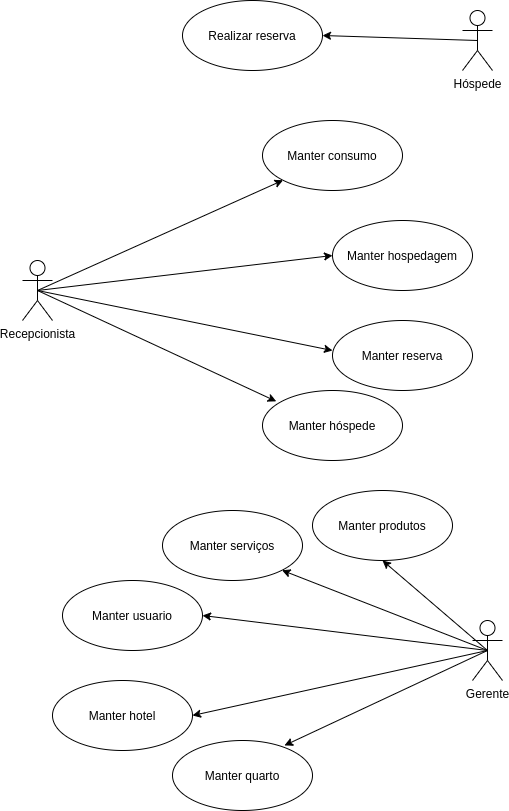
henriqueyun/Hotel keeps this draw.io diagram as docs/diagrams/Sistema de Hotelaria - Caso de Uso.png. Above is the earlier version. Source tidied: cells renumbered, new cells last; positions are measured from the earlier drawing's top-left corner, leaving out a move shared by most shapes.
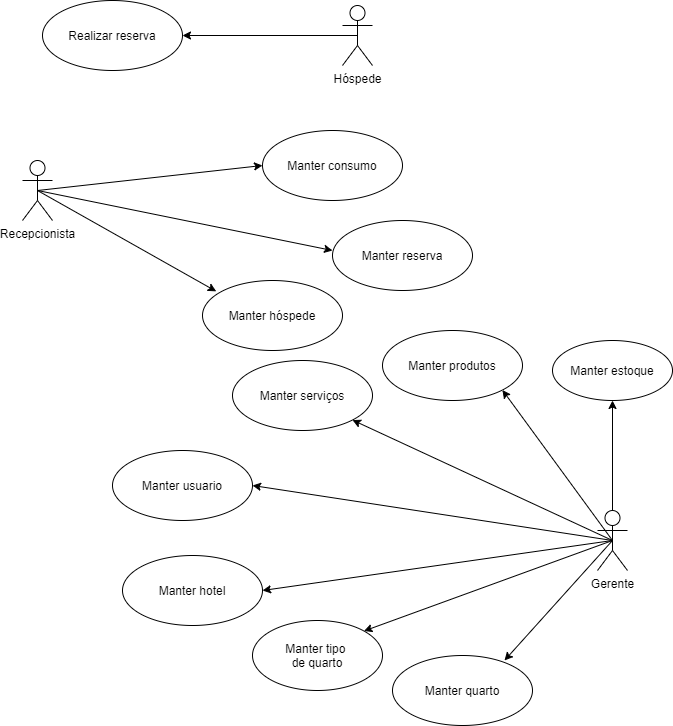
After the change.

Commit message:
Atualizado Caso de uso junto ao grupo =]

What changed in the source:
```diff
@@ -5,40 +5,34 @@
     <mxCell id="2" value="Recepcionista" style="shape=umlActor;verticalLabelPosition=bottom;labelBackgroundColor=#ffffff;verticalAlign=top;html=1;outlineConnect=0;" parent="1" vertex="1">
       <mxGeometry y="260" width="30" height="60" as="geometry" />
     </mxCell>
-    <mxCell id="3" value="Manter hospedagem" style="ellipse;whiteSpace=wrap;html=1;fillColor=none;" parent="1" vertex="1">
-      <mxGeometry x="310" y="220" width="140" height="70" as="geometry" />
-    </mxCell>
     <mxCell id="4" value="Manter reserva" style="ellipse;whiteSpace=wrap;html=1;fillColor=none;" parent="1" vertex="1">
       <mxGeometry x="310" y="320" width="140" height="70" as="geometry" />
     </mxCell>
     <mxCell id="5" value="Manter hóspede" style="ellipse;whiteSpace=wrap;html=1;fillColor=none;" parent="1" vertex="1">
-      <mxGeometry x="240" y="390" width="140" height="70" as="geometry" />
+      <mxGeometry x="180" y="380" width="140" height="70" as="geometry" />
     </mxCell>
-    <mxCell id="6" style="endArrow=classic;html=1;entryX=0;entryY=0.5;entryDx=0;entryDy=0;exitX=0.5;exitY=0.5;exitDx=0;exitDy=0;exitPerimeter=0;" parent="1" edge="1" source="2" target="3">
-      <mxGeometry relative="1" as="geometry" />
-    </mxCell>
     <mxCell id="7" style="endArrow=classic;html=1;entryX=0;entryY=0.429;entryDx=0;entryDy=0;entryPerimeter=0;exitX=0.5;exitY=0.5;exitDx=0;exitDy=0;exitPerimeter=0;" parent="1" edge="1" source="2" target="4">
       <mxGeometry relative="1" as="geometry" />
     </mxCell>
     <mxCell id="8" style="endArrow=classic;html=1;entryX=0.098;entryY=0.155;entryDx=0;entryDy=0;exitX=0.5;exitY=0.5;exitDx=0;exitDy=0;exitPerimeter=0;entryPerimeter=0;" parent="1" edge="1" source="2" target="5">
       <mxGeometry relative="1" as="geometry" />
     </mxCell>
-    <mxCell id="9" value="Gerente" style="shape=umlActor;verticalLabelPosition=bottom;labelBackgroundColor=#ffffff;verticalAlign=top;html=1;outlineConnect=0;" parent="1" vertex="1">
-      <mxGeometry x="450" y="620" width="30" height="60" as="geometry" />
+    <mxCell id="9" value="Gerente" style="shape=umlActor;verticalLabelPosition=bottom;labelBackgroundColor=#ffffff;verticalAlign=top;html=1;outlineConnect=0;direction=east;" parent="1" vertex="1">
+      <mxGeometry x="575" y="610" width="30" height="60" as="geometry" />
     </mxCell>
     <mxCell id="10" value="Manter serviços" style="ellipse;whiteSpace=wrap;html=1;fillColor=none;" parent="1" vertex="1">
-      <mxGeometry x="140" y="510" width="140" height="70" as="geometry" />
+      <mxGeometry x="210" y="460" width="140" height="70" as="geometry" />
     </mxCell>
     <mxCell id="11" value="Manter usuario" style="ellipse;whiteSpace=wrap;html=1;fillColor=none;" parent="1" vertex="1">
-      <mxGeometry x="40" y="580" width="140" height="70" as="geometry" />
+      <mxGeometry x="90" y="550" width="140" height="70" as="geometry" />
     </mxCell>
     <mxCell id="12" value="Manter hotel" style="ellipse;whiteSpace=wrap;html=1;fillColor=none;" parent="1" vertex="1">
-      <mxGeometry x="30" y="680" width="140" height="70" as="geometry" />
+      <mxGeometry x="100" y="655" width="140" height="70" as="geometry" />
     </mxCell>
     <mxCell id="13" value="Manter quarto" style="ellipse;whiteSpace=wrap;html=1;fillColor=none;" parent="1" vertex="1">
-      <mxGeometry x="150" y="740" width="140" height="70" as="geometry" />
+      <mxGeometry x="370" y="755" width="140" height="70" as="geometry" />
     </mxCell>
-    <mxCell id="14" style="endArrow=classic;html=1;entryX=0.5;entryY=1;entryDx=0;entryDy=0;exitX=0.5;exitY=0.5;exitDx=0;exitDy=0;exitPerimeter=0;" parent="1" edge="1" source="9" target="18">
+    <mxCell id="14" style="endArrow=classic;html=1;entryX=1;entryY=1;entryDx=0;entryDy=0;exitX=0.5;exitY=0.5;exitDx=0;exitDy=0;exitPerimeter=0;" parent="1" edge="1" source="9" target="18">
       <mxGeometry relative="1" as="geometry" />
     </mxCell>
     <mxCell id="15" style="endArrow=classic;html=1;entryX=1;entryY=1;entryDx=0;entryDy=0;exitX=0.5;exitY=0.5;exitDx=0;exitDy=0;exitPerimeter=0;" parent="1" edge="1" source="9" target="10">
@@ -51,25 +45,39 @@
       <mxGeometry relative="1" as="geometry" />
     </mxCell>
     <mxCell id="18" value="Manter produtos" style="ellipse;whiteSpace=wrap;html=1;fillColor=none;" parent="1" vertex="1">
-      <mxGeometry x="290" y="490" width="140" height="70" as="geometry" />
+      <mxGeometry x="360" y="430" width="140" height="70" as="geometry" />
     </mxCell>
-    <mxCell id="19" style="endArrow=classic;html=1;entryX=0;entryY=1;entryDx=0;entryDy=0;exitX=0.5;exitY=0.5;exitDx=0;exitDy=0;exitPerimeter=0;" parent="1" edge="1" source="2" target="21">
+    <mxCell id="19" style="endArrow=classic;html=1;entryX=0;entryY=0.5;entryDx=0;entryDy=0;exitX=0.5;exitY=0.5;exitDx=0;exitDy=0;exitPerimeter=0;" parent="1" edge="1" source="2" target="21">
       <mxGeometry relative="1" as="geometry" />
     </mxCell>
     <mxCell id="20" style="endArrow=classic;html=1;entryX=1;entryY=0.5;entryDx=0;entryDy=0;exitX=0.5;exitY=0.5;exitDx=0;exitDy=0;exitPerimeter=0;" parent="1" edge="1" source="9" target="11">
       <mxGeometry relative="1" as="geometry" />
     </mxCell>
     <mxCell id="21" value="Manter consumo" style="ellipse;whiteSpace=wrap;html=1;fillColor=none;" parent="1" vertex="1">
-      <mxGeometry x="240" y="120" width="140" height="70" as="geometry" />
+      <mxGeometry x="240" y="230" width="140" height="70" as="geometry" />
     </mxCell>
     <mxCell id="22" value="Hóspede" style="shape=umlActor;verticalLabelPosition=bottom;labelBackgroundColor=#ffffff;verticalAlign=top;html=1;outlineConnect=0;" parent="1" vertex="1">
-      <mxGeometry x="440" y="10" width="30" height="60" as="geometry" />
+      <mxGeometry x="320" y="105" width="30" height="60" as="geometry" />
     </mxCell>
     <mxCell id="23" value="Realizar reserva" style="ellipse;whiteSpace=wrap;html=1;fillColor=none;" parent="1" vertex="1">
-      <mxGeometry x="160" width="140" height="70" as="geometry" />
+      <mxGeometry x="20" y="100" width="140" height="70" as="geometry" />
     </mxCell>
     <mxCell id="24" style="endArrow=classic;html=1;entryX=1;entryY=0.5;entryDx=0;entryDy=0;exitX=0.5;exitY=0.5;exitDx=0;exitDy=0;exitPerimeter=0;" parent="1" edge="1" source="22" target="23">
       <mxGeometry relative="1" as="geometry" />
     </mxCell>
+    <mxCell id="25" value="Manter tipo &lt;br&gt;de quarto" style="ellipse;whiteSpace=wrap;html=1;" parent="1" vertex="1">
+      <mxGeometry x="230" y="720" width="130" height="70" as="geometry" />
+    </mxCell>
+    <mxCell id="26" style="endArrow=classic;html=1;entryX=1;entryY=0;entryDx=0;entryDy=0;exitX=0.5;exitY=0.5;exitDx=0;exitDy=0;exitPerimeter=0;" parent="1" edge="1" source="9" target="25">
+      <mxGeometry relative="1" as="geometry" />
+    </mxCell>
+    <mxCell id="27" value="Manter estoque" style="ellipse;whiteSpace=wrap;html=1;fillColor=none;" parent="1" vertex="1">
+      <mxGeometry x="530" y="440" width="120" height="60" as="geometry" />
+    </mxCell>
+    <mxCell id="28" style="endArrow=classic;html=1;entryX=0.5;entryY=1;entryDx=0;entryDy=0;" parent="1" edge="1" target="27">
+      <mxGeometry relative="1" as="geometry">
+        <mxPoint x="590" y="610" as="sourcePoint" />
+      </mxGeometry>
+    </mxCell>
   </root>
 </mxGraphModel>
```
